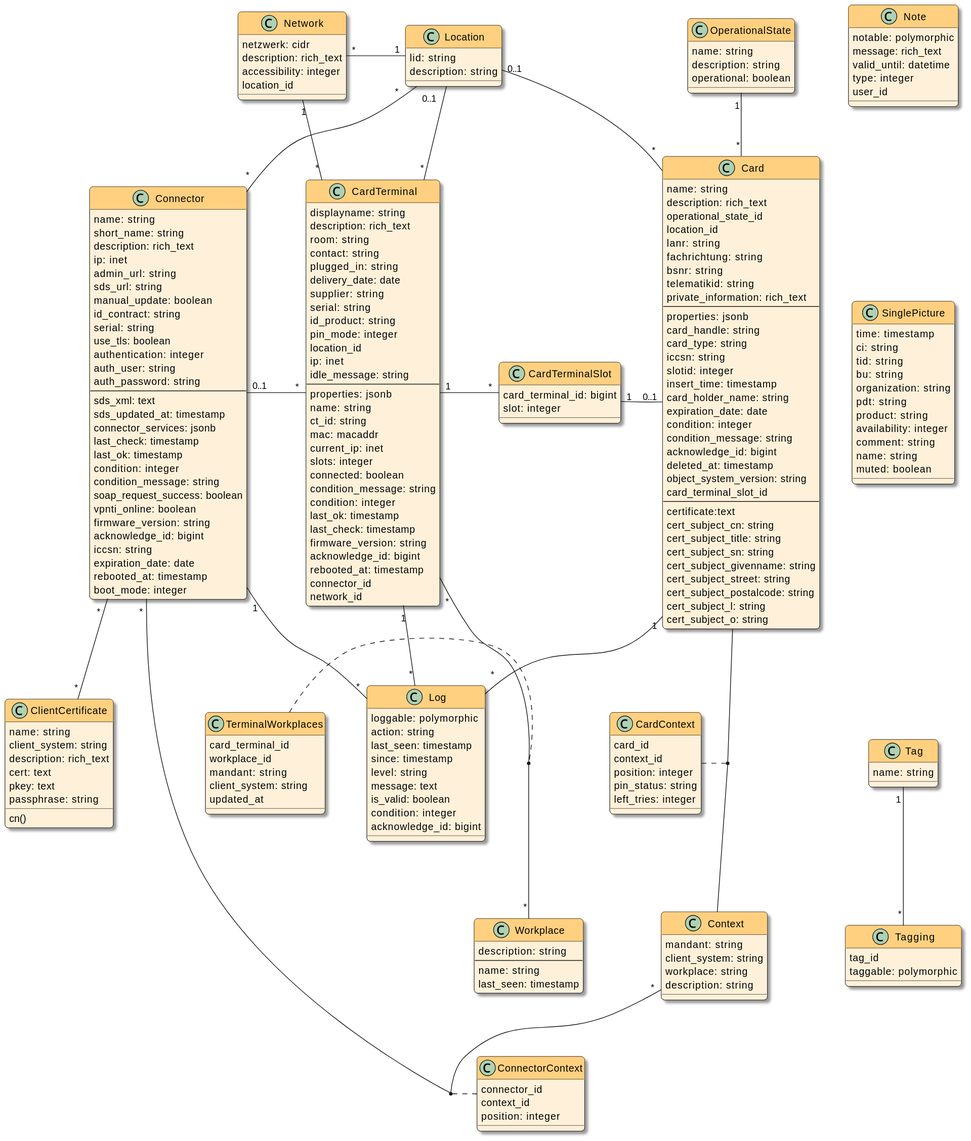
swobspace/cocard keeps this PlantUML diagram as docs/devnotes/_images/models.svg. Above is the earlier version.
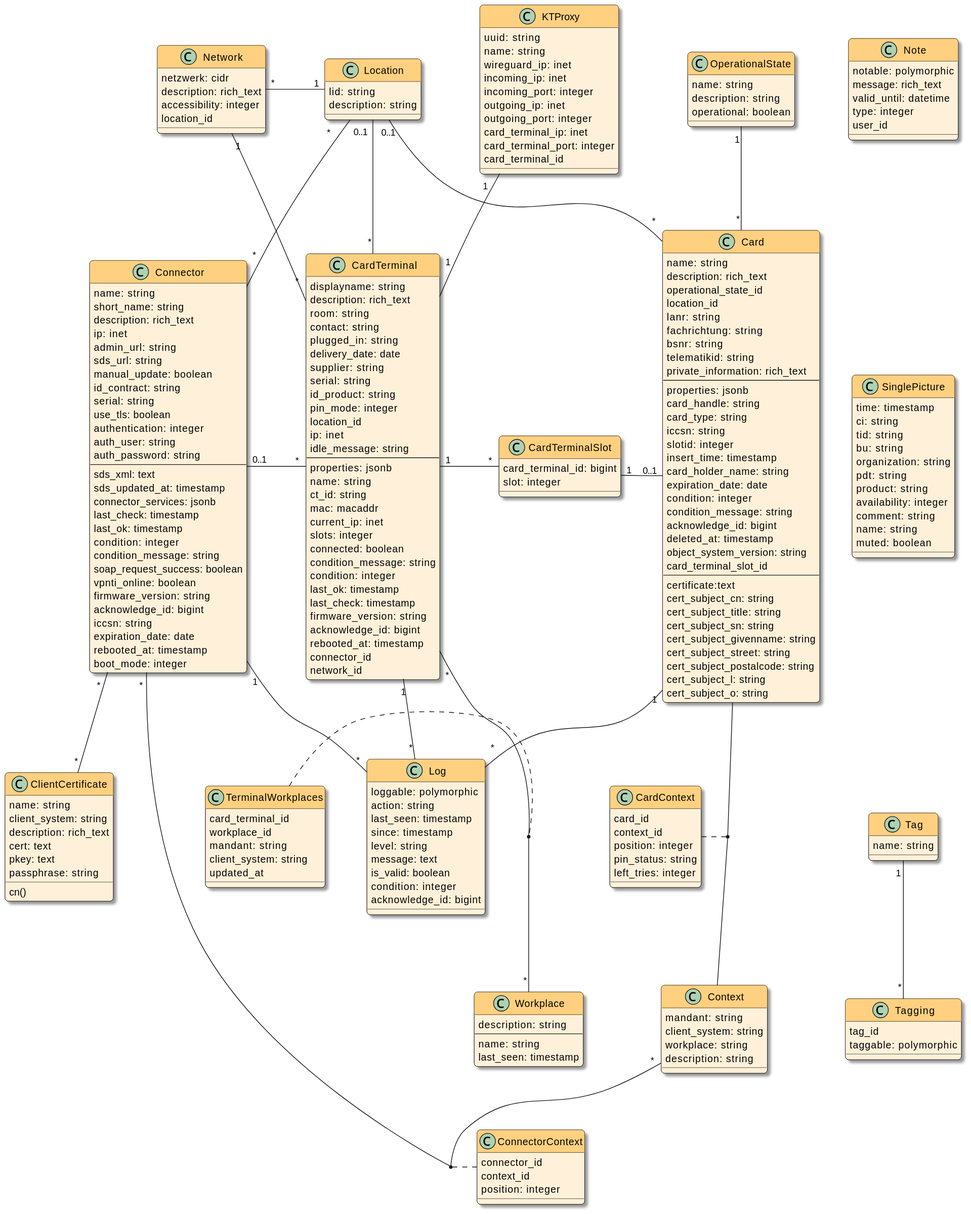
Above is the later version.

The edit, as a diff of the source:
```diff
@@ -201,6 +201,19 @@
   taggable: polymorphic
 }
 
+class KTProxy {
+  uuid: string
+  name: string
+  wireguard_ip: inet
+  incoming_ip: inet
+  incoming_port: integer
+  outgoing_ip: inet
+  outgoing_port: integer
+  card_terminal_ip: inet
+  card_terminal_port: integer
+  card_terminal_id
+}
+
 Network "*" - "1" Location
 Network "1" -- "*" CardTerminal
 Location "*" -- "*" Connector
@@ -212,6 +225,7 @@
 CardTerminal "1" - "*" CardTerminalSlot
 CardTerminalSlot "1" - "0..1" Card
 CardTerminal "*" -- "*" Workplace
+KTProxy "1" -- "1" CardTerminal
 TerminalWorkplaces . (CardTerminal, Workplace)
 Location "0..1" -- "*" Card
 OperationalState "1" -- "*" Card
```
